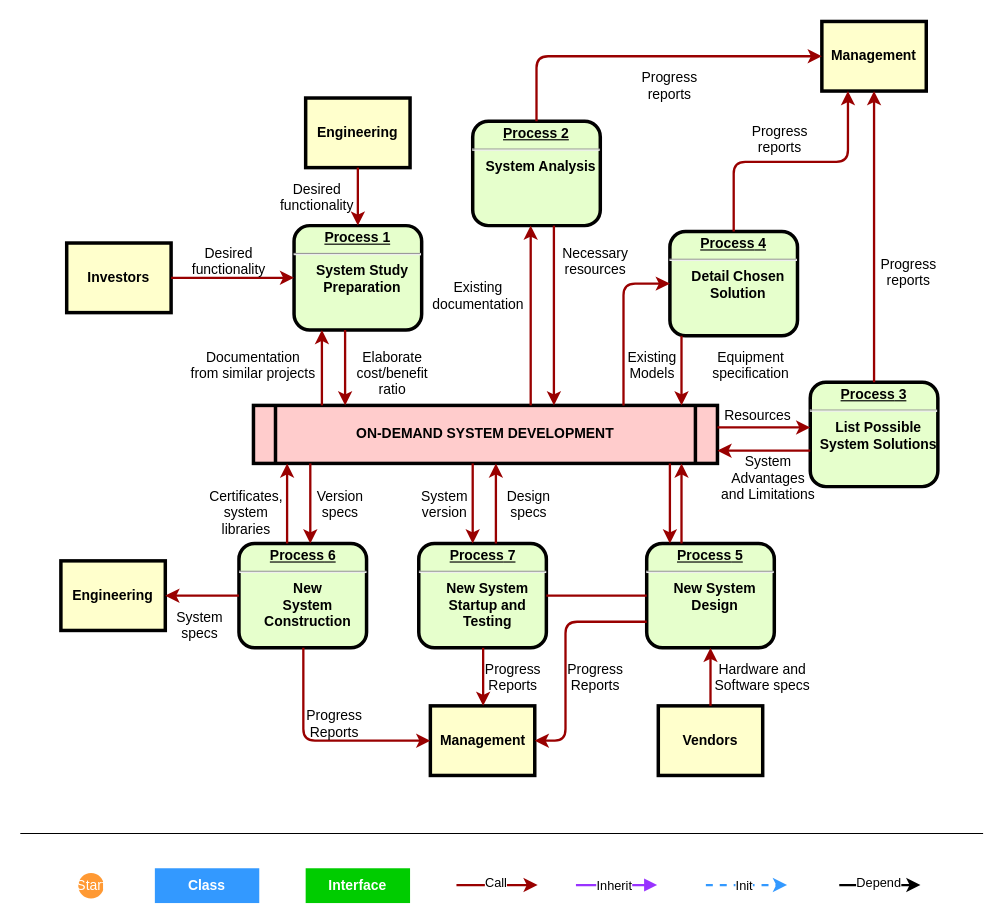
Y-lenny/Activiti keeps this draw.io diagram as reader/Untitled Diagram.drawio. Above is the earlier version. Source tidied: cells renumbered, new cells numbered last; positions are measured from the earlier drawing's top-left corner, leaving out a move shared by most shapes. Both pictures are drawn from the tidied source at 116%, with x=0, y=0 at pixel (20, 21).
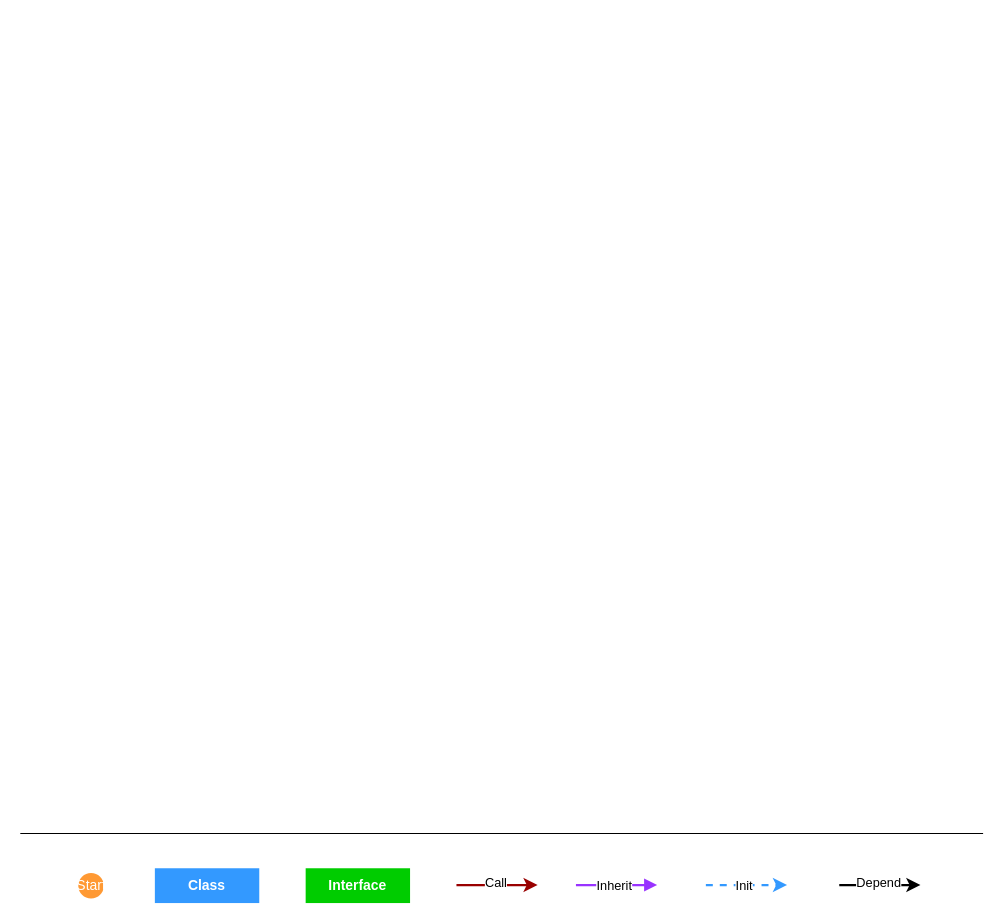
The same diagram, later.

Diff of the diagram source:
```diff
@@
-    <mxCell id="2" value="&lt;p style=&quot;margin: 0px; margin-top: 4px; text-align: center; text-decoration: underline;&quot;&gt;&lt;strong&gt;Process 1&lt;br /&gt;&lt;/strong&gt;&lt;/p&gt;&lt;hr /&gt;&lt;p style=&quot;margin: 0px; margin-left: 8px;&quot;&gt;System Study&lt;/p&gt;&lt;p style=&quot;margin: 0px; margin-left: 8px;&quot;&gt;Preparation&lt;/p&gt;" style="verticalAlign=middle;align=center;overflow=fill;fontSize=12;fontFamily=Helvetica;html=1;rounded=1;fontStyle=1;strokeWidth=3;fillColor=#E6FFCC;" parent="1" vertex="1">
-      <mxGeometry x="236" y="176" width="110" height="90" as="geometry" />
-    </mxCell>
-    <mxCell id="3" value="Engineering" style="whiteSpace=wrap;align=center;verticalAlign=middle;fontStyle=1;strokeWidth=3;fillColor=#FFFFCC;" parent="1" vertex="1">
-      <mxGeometry x="246" y="66" width="90" height="60" as="geometry" />
-    </mxCell>
-    <mxCell id="4" value="Investors" style="whiteSpace=wrap;align=center;verticalAlign=middle;fontStyle=1;strokeWidth=3;fillColor=#FFFFCC;" parent="1" vertex="1">
-      <mxGeometry x="40" y="191" width="90" height="60" as="geometry" />
-    </mxCell>
-    <mxCell id="5" value="ON-DEMAND SYSTEM DEVELOPMENT" style="shape=process;whiteSpace=wrap;align=center;verticalAlign=middle;size=0.0475;fontStyle=1;strokeWidth=3;fillColor=#FFCCCC;" parent="1" vertex="1">
-      <mxGeometry x="201" y="331" width="400" height="50" as="geometry" />
-    </mxCell>
-    <mxCell id="6" value="&lt;p style=&quot;margin: 0px; margin-top: 4px; text-align: center; text-decoration: underline;&quot;&gt;&lt;strong&gt;Process 2&lt;br /&gt;&lt;/strong&gt;&lt;/p&gt;&lt;hr /&gt;&lt;p style=&quot;margin: 0px; margin-left: 8px;&quot;&gt;System Analysis&lt;/p&gt;" style="verticalAlign=middle;align=center;overflow=fill;fontSize=12;fontFamily=Helvetica;html=1;rounded=1;fontStyle=1;strokeWidth=3;fillColor=#E6FFCC;" parent="1" vertex="1">
-      <mxGeometry x="390" y="86" width="110" height="90" as="geometry" />
-    </mxCell>
-    <mxCell id="7" value="&lt;p style=&quot;margin: 0px; margin-top: 4px; text-align: center; text-decoration: underline;&quot;&gt;&lt;strong&gt;&lt;strong&gt;Process&lt;/strong&gt; 3&lt;br /&gt;&lt;/strong&gt;&lt;/p&gt;&lt;hr /&gt;&lt;p style=&quot;margin: 0px; margin-left: 8px;&quot;&gt;List Possible&lt;/p&gt;&lt;p style=&quot;margin: 0px; margin-left: 8px;&quot;&gt;System Solutions&lt;/p&gt;" style="verticalAlign=middle;align=center;overflow=fill;fontSize=12;fontFamily=Helvetica;html=1;rounded=1;fontStyle=1;strokeWidth=3;fillColor=#E6FFCC;" parent="1" vertex="1">
-      <mxGeometry x="681" y="311" width="110" height="90" as="geometry" />
-    </mxCell>
-    <mxCell id="8" value="&lt;p style=&quot;margin: 0px; margin-top: 4px; text-align: center; text-decoration: underline;&quot;&gt;&lt;strong&gt;&lt;strong&gt;Process&lt;/strong&gt; 4&lt;br /&gt;&lt;/strong&gt;&lt;/p&gt;&lt;hr /&gt;&lt;p style=&quot;margin: 0px; margin-left: 8px;&quot;&gt;Detail Chosen&lt;/p&gt;&lt;p style=&quot;margin: 0px; margin-left: 8px;&quot;&gt;Solution&lt;/p&gt;" style="verticalAlign=middle;align=center;overflow=fill;fontSize=12;fontFamily=Helvetica;html=1;rounded=1;fontStyle=1;strokeWidth=3;fillColor=#E6FFCC;" parent="1" vertex="1">
-      <mxGeometry x="560" y="181" width="110" height="90" as="geometry" />
-    </mxCell>
-    <mxCell id="9" value="&lt;p style=&quot;margin: 0px; margin-top: 4px; text-align: center; text-decoration: underline;&quot;&gt;&lt;strong&gt;&lt;strong&gt;Process&lt;/strong&gt; 5&lt;br /&gt;&lt;/strong&gt;&lt;/p&gt;&lt;hr /&gt;&lt;p style=&quot;margin: 0px; margin-left: 8px;&quot;&gt;New System&lt;/p&gt;&lt;p style=&quot;margin: 0px; margin-left: 8px;&quot;&gt;Design&lt;/p&gt;" style="verticalAlign=middle;align=center;overflow=fill;fontSize=12;fontFamily=Helvetica;html=1;rounded=1;fontStyle=1;strokeWidth=3;fillColor=#E6FFCC;" parent="1" vertex="1">
-      <mxGeometry x="540" y="450" width="110" height="90" as="geometry" />
-    </mxCell>
-    <mxCell id="10" value="&lt;p style=&quot;margin: 0px; margin-top: 4px; text-align: center; text-decoration: underline;&quot;&gt;&lt;strong&gt;&lt;strong&gt;Process&lt;/strong&gt; 6&lt;br /&gt;&lt;/strong&gt;&lt;/p&gt;&lt;hr /&gt;&lt;p style=&quot;margin: 0px; margin-left: 8px;&quot;&gt;New&lt;/p&gt;&lt;p style=&quot;margin: 0px; margin-left: 8px;&quot;&gt;System&lt;/p&gt;&lt;p style=&quot;margin: 0px; margin-left: 8px;&quot;&gt;Construction&lt;/p&gt;" style="verticalAlign=middle;align=center;overflow=fill;fontSize=12;fontFamily=Helvetica;html=1;rounded=1;fontStyle=1;strokeWidth=3;fillColor=#E6FFCC;" parent="1" vertex="1">
-      <mxGeometry x="188.5" y="450" width="110" height="90" as="geometry" />
-    </mxCell>
-    <mxCell id="11" value="Management" style="whiteSpace=wrap;align=center;verticalAlign=middle;fontStyle=1;strokeWidth=3;fillColor=#FFFFCC;" parent="1" vertex="1">
-      <mxGeometry x="691" width="90" height="60" as="geometry" />
-    </mxCell>
-    <mxCell id="12" value="Management" style="whiteSpace=wrap;align=center;verticalAlign=middle;fontStyle=1;strokeWidth=3;fillColor=#FFFFCC;" parent="1" vertex="1">
-      <mxGeometry x="353.5" y="590" width="90" height="60" as="geometry" />
-    </mxCell>
-    <mxCell id="13" value="Engineering" style="whiteSpace=wrap;align=center;verticalAlign=middle;fontStyle=1;strokeWidth=3;fillColor=#FFFFCC;" parent="1" vertex="1">
-      <mxGeometry x="35" y="465" width="90" height="60" as="geometry" />
-    </mxCell>
-    <mxCell id="14" value="Vendors" style="whiteSpace=wrap;align=center;verticalAlign=middle;fontStyle=1;strokeWidth=3;fillColor=#FFFFCC;" parent="1" vertex="1">
-      <mxGeometry x="550" y="590" width="90" height="60" as="geometry" />
-    </mxCell>
-    <mxCell id="15" style="edgeStyle=none;noEdgeStyle=1;strokeColor=#990000;strokeWidth=2;" parent="1" edge="1" source="3" target="2">
-      <mxGeometry relative="1" as="geometry" />
-    </mxCell>
-    <mxCell id="16" style="edgeStyle=none;noEdgeStyle=1;strokeColor=#990000;strokeWidth=2;" parent="1" edge="1" source="4" target="2">
-      <mxGeometry relative="1" as="geometry" />
-    </mxCell>
-    <mxCell id="17" value="&lt;p style=&quot;margin: 0px; margin-top: 4px; text-align: center; text-decoration: underline;&quot;&gt;&lt;strong&gt;&lt;strong&gt;Process&lt;/strong&gt; 7&lt;br /&gt;&lt;/strong&gt;&lt;/p&gt;&lt;hr /&gt;&lt;p style=&quot;margin: 0px; margin-left: 8px;&quot;&gt;New System&lt;/p&gt;&lt;p style=&quot;margin: 0px; margin-left: 8px;&quot;&gt;Startup and&lt;/p&gt;&lt;p style=&quot;margin: 0px; margin-left: 8px;&quot;&gt;Testing&lt;/p&gt;" style="verticalAlign=middle;align=center;overflow=fill;fontSize=12;fontFamily=Helvetica;html=1;rounded=1;fontStyle=1;strokeWidth=3;fillColor=#E6FFCC;" parent="1" vertex="1">
-      <mxGeometry x="343.5" y="450" width="110" height="90" as="geometry" />
-    </mxCell>
-    <mxCell id="18" style="endArrow=none;noEdgeStyle=1;strokeColor=#990000;strokeWidth=2;" parent="1" edge="1" source="9" target="17">
-      <mxGeometry relative="1" as="geometry" />
-    </mxCell>
-    <mxCell id="19" value="Desired &#10;functionality" style="text;spacingTop=-5;align=center;" parent="1" vertex="1">
-      <mxGeometry x="165" y="191" width="30" height="20" as="geometry" />
-    </mxCell>
-    <mxCell id="20" value="Desired &#10;functionality" style="text;spacingTop=-5;align=center;" parent="1" vertex="1">
-      <mxGeometry x="241" y="136" width="30" height="20" as="geometry" />
-    </mxCell>
-    <mxCell id="21" value="Documentation&#10;from similar projects" style="text;spacingTop=-5;align=center;" parent="1" vertex="1">
-      <mxGeometry x="186" y="281" width="30" height="20" as="geometry" />
-    </mxCell>
-    <mxCell id="22" style="edgeStyle=elbowEdgeStyle;elbow=horizontal;strokeColor=#990000;strokeWidth=2;" parent="1" edge="1" source="5" target="2">
-      <mxGeometry relative="1" as="geometry">
-        <Array as="points">
-          <mxPoint x="260" y="310" />
-        </Array>
-      </mxGeometry>
-    </mxCell>
-    <mxCell id="23" style="edgeStyle=elbowEdgeStyle;elbow=horizontal;strokeColor=#990000;strokeWidth=2;" parent="1" edge="1" source="2" target="5">
-      <mxGeometry relative="1" as="geometry">
-        <Array as="points">
-          <mxPoint x="280" y="300" />
-        </Array>
-      </mxGeometry>
-    </mxCell>
-    <mxCell id="24" value="Elaborate&#10;cost/benefit&#10;ratio" style="text;spacingTop=-5;align=center;" parent="1" vertex="1">
-      <mxGeometry x="306" y="281" width="30" height="20" as="geometry" />
-    </mxCell>
-    <mxCell id="25" style="edgeStyle=elbowEdgeStyle;elbow=horizontal;strokeColor=#990000;strokeWidth=2;" parent="1" edge="1" source="5" target="6">
-      <mxGeometry relative="1" as="geometry">
-        <Array as="points">
-          <mxPoint x="440" y="250" />
-        </Array>
-      </mxGeometry>
-    </mxCell>
-    <mxCell id="26" style="edgeStyle=elbowEdgeStyle;elbow=horizontal;strokeColor=#990000;strokeWidth=2;" parent="1" edge="1" source="6" target="5">
-      <mxGeometry relative="1" as="geometry">
-        <Array as="points">
-          <mxPoint x="460" y="260" />
-        </Array>
-      </mxGeometry>
-    </mxCell>
-    <mxCell id="27" value="Existing&#10;documentation" style="text;spacingTop=-5;align=center;" parent="1" vertex="1">
-      <mxGeometry x="380" y="221" width="30" height="20" as="geometry" />
-    </mxCell>
-    <mxCell id="28" value="Necessary&#10;resources" style="text;spacingTop=-5;align=center;" parent="1" vertex="1">
-      <mxGeometry x="481" y="191" width="30" height="20" as="geometry" />
-    </mxCell>
-    <mxCell id="29" value="Progress&#10;reports" style="text;spacingTop=-5;align=center;" parent="1" vertex="1">
-      <mxGeometry x="545" y="40" width="30" height="20" as="geometry" />
-    </mxCell>
-    <mxCell id="30" value="Progress&#10;reports" style="text;spacingTop=-5;align=center;" parent="1" vertex="1">
-      <mxGeometry x="640" y="86" width="30" height="20" as="geometry" />
-    </mxCell>
-    <mxCell id="31" value="Progress&#10;reports" style="text;spacingTop=-5;align=center;" parent="1" vertex="1">
-      <mxGeometry x="751" y="201" width="30" height="20" as="geometry" />
-    </mxCell>
-    <mxCell id="32" style="edgeStyle=elbowEdgeStyle;elbow=horizontal;strokeColor=#990000;strokeWidth=2;" parent="1" edge="1" source="6" target="11">
-      <mxGeometry relative="1" as="geometry">
-        <Array as="points">
-          <mxPoint x="445" y="80" />
-        </Array>
-      </mxGeometry>
-    </mxCell>
-    <mxCell id="33" style="edgeStyle=elbowEdgeStyle;elbow=vertical;entryX=0.25;entryY=1;strokeColor=#990000;strokeWidth=2;" parent="1" edge="1" source="8" target="11">
-      <mxGeometry relative="1" as="geometry" />
-    </mxCell>
-    <mxCell id="34" style="edgeStyle=elbowEdgeStyle;elbow=horizontal;strokeColor=#990000;strokeWidth=2;" parent="1" edge="1" source="7" target="11">
-      <mxGeometry relative="1" as="geometry" />
-    </mxCell>
-    <mxCell id="35" style="edgeStyle=elbowEdgeStyle;elbow=horizontal;strokeColor=#990000;strokeWidth=2;" parent="1" edge="1" source="8" target="5">
-      <mxGeometry relative="1" as="geometry">
-        <Array as="points">
-          <mxPoint x="570" y="300" />
-        </Array>
-      </mxGeometry>
-    </mxCell>
-    <mxCell id="36" style="edgeStyle=segmentEdgeStyle;strokeColor=#990000;strokeWidth=2;" parent="1" edge="1" source="5" target="8">
-      <mxGeometry relative="1" as="geometry">
-        <Array as="points">
-          <mxPoint x="520" y="226" />
-        </Array>
-      </mxGeometry>
-    </mxCell>
-    <mxCell id="37" value="Existing&#10;Models" style="text;spacingTop=-5;align=center;" parent="1" vertex="1">
-      <mxGeometry x="530" y="281" width="30" height="20" as="geometry" />
-    </mxCell>
-    <mxCell id="38" value="Equipment&#10;specification" style="text;spacingTop=-5;align=center;" parent="1" vertex="1">
-      <mxGeometry x="615" y="281" width="30" height="20" as="geometry" />
-    </mxCell>
-    <mxCell id="39" style="edgeStyle=elbowEdgeStyle;elbow=vertical;strokeColor=#990000;strokeWidth=2;" parent="1" edge="1" source="5" target="7">
-      <mxGeometry relative="1" as="geometry">
-        <Array as="points">
-          <mxPoint x="650" y="350" />
-        </Array>
-      </mxGeometry>
-    </mxCell>
-    <mxCell id="40" style="edgeStyle=elbowEdgeStyle;elbow=vertical;strokeColor=#990000;strokeWidth=2;" parent="1" edge="1" source="7" target="5">
-      <mxGeometry relative="1" as="geometry">
-        <Array as="points">
-          <mxPoint x="650" y="370" />
-        </Array>
-      </mxGeometry>
-    </mxCell>
-    <mxCell id="41" value="Resources" style="text;spacingTop=-5;align=center;" parent="1" vertex="1">
-      <mxGeometry x="621" y="331" width="30" height="20" as="geometry" />
-    </mxCell>
-    <mxCell id="42" value="System &#10;Advantages &#10;and Limitations" style="text;spacingTop=-5;align=center;" parent="1" vertex="1">
-      <mxGeometry x="630" y="371" width="30" height="20" as="geometry" />
-    </mxCell>
-    <mxCell id="43" style="edgeStyle=elbowEdgeStyle;elbow=horizontal;strokeColor=#990000;strokeWidth=2;" parent="1" edge="1" source="9" target="5">
-      <mxGeometry relative="1" as="geometry">
-        <Array as="points">
-          <mxPoint x="570" y="410" />
-        </Array>
-      </mxGeometry>
-    </mxCell>
-    <mxCell id="44" style="edgeStyle=elbowEdgeStyle;elbow=horizontal;strokeColor=#990000;strokeWidth=2;" parent="1" edge="1" source="5" target="9">
-      <mxGeometry relative="1" as="geometry">
-        <Array as="points">
-          <mxPoint x="560" y="420" />
-        </Array>
-      </mxGeometry>
-    </mxCell>
-    <mxCell id="45" style="edgeStyle=elbowEdgeStyle;elbow=horizontal;strokeColor=#990000;strokeWidth=2;" parent="1" edge="1" source="14" target="9">
-      <mxGeometry relative="1" as="geometry" />
-    </mxCell>
-    <mxCell id="46" value="Hardware and&#10;Software specs" style="text;spacingTop=-5;align=center;" parent="1" vertex="1">
-      <mxGeometry x="625" y="550" width="30" height="20" as="geometry" />
-    </mxCell>
-    <mxCell id="47" style="edgeStyle=elbowEdgeStyle;elbow=horizontal;exitX=0;exitY=0.75;strokeColor=#990000;strokeWidth=2;" parent="1" edge="1" source="9" target="12">
-      <mxGeometry relative="1" as="geometry">
-        <Array as="points">
-          <mxPoint x="470" y="570" />
-        </Array>
-      </mxGeometry>
-    </mxCell>
-    <mxCell id="48" value="Progress&#10;Reports" style="text;spacingTop=-5;align=center;" parent="1" vertex="1">
-      <mxGeometry x="481" y="550" width="30" height="20" as="geometry" />
-    </mxCell>
-    <mxCell id="49" style="edgeStyle=elbowEdgeStyle;elbow=horizontal;strokeColor=#990000;strokeWidth=2;" parent="1" edge="1" source="17" target="12">
-      <mxGeometry relative="1" as="geometry" />
-    </mxCell>
-    <mxCell id="50" value="Progress&#10;Reports" style="text;spacingTop=-5;align=center;" parent="1" vertex="1">
-      <mxGeometry x="410" y="550" width="30" height="20" as="geometry" />
-    </mxCell>
-    <mxCell id="51" style="edgeStyle=elbowEdgeStyle;elbow=horizontal;strokeColor=#990000;strokeWidth=2;" parent="1" edge="1" source="10" target="12">
-      <mxGeometry relative="1" as="geometry">
-        <Array as="points">
-          <mxPoint x="244" y="570" />
-        </Array>
-      </mxGeometry>
-    </mxCell>
-    <mxCell id="52" value="Progress&#10;Reports" style="text;spacingTop=-5;align=center;" parent="1" vertex="1">
-      <mxGeometry x="256" y="590" width="30" height="20" as="geometry" />
-    </mxCell>
-    <mxCell id="53" style="edgeStyle=elbowEdgeStyle;elbow=vertical;strokeColor=#990000;strokeWidth=2;" parent="1" edge="1" source="10" target="13">
-      <mxGeometry relative="1" as="geometry" />
-    </mxCell>
-    <mxCell id="54" style="edgeStyle=elbowEdgeStyle;elbow=horizontal;strokeColor=#990000;strokeWidth=2;" parent="1" edge="1" source="5" target="17">
-      <mxGeometry relative="1" as="geometry">
-        <Array as="points">
-          <mxPoint x="390" y="410" />
-        </Array>
-      </mxGeometry>
-    </mxCell>
-    <mxCell id="55" style="edgeStyle=elbowEdgeStyle;elbow=horizontal;strokeColor=#990000;strokeWidth=2;" parent="1" edge="1" source="17" target="5">
-      <mxGeometry relative="1" as="geometry">
-        <Array as="points">
-          <mxPoint x="410" y="410" />
-        </Array>
-      </mxGeometry>
-    </mxCell>
-    <mxCell id="56" value="Version&#10;specs" style="text;spacingTop=-5;align=center;" parent="1" vertex="1">
-      <mxGeometry x="261" y="401" width="30" height="20" as="geometry" />
-    </mxCell>
-    <mxCell id="57" value="Certificates,&#10;system&#10;libraries" style="text;spacingTop=-5;align=center;" parent="1" vertex="1">
-      <mxGeometry x="180" y="401" width="30" height="20" as="geometry" />
-    </mxCell>
-    <mxCell id="58" style="edgeStyle=elbowEdgeStyle;elbow=horizontal;strokeColor=#990000;strokeWidth=2;" parent="1" edge="1" source="5" target="10">
-      <mxGeometry relative="1" as="geometry">
-        <Array as="points">
-          <mxPoint x="250" y="410" />
-        </Array>
-      </mxGeometry>
-    </mxCell>
-    <mxCell id="59" style="edgeStyle=elbowEdgeStyle;elbow=horizontal;strokeColor=#990000;strokeWidth=2;" parent="1" edge="1" source="10" target="5">
-      <mxGeometry relative="1" as="geometry">
-        <Array as="points">
-          <mxPoint x="230" y="410" />
-        </Array>
-      </mxGeometry>
-    </mxCell>
-    <mxCell id="60" value="System&#10;specs" style="text;spacingTop=-5;align=center;" parent="1" vertex="1">
-      <mxGeometry x="140" y="505" width="30" height="20" as="geometry" />
-    </mxCell>
-    <mxCell id="61" value="Design&#10;specs" style="text;spacingTop=-5;align=center;" parent="1" vertex="1">
-      <mxGeometry x="423.5" y="401" width="30" height="20" as="geometry" />
-    </mxCell>
-    <mxCell id="62" value="System&#10;version" style="text;spacingTop=-5;align=center;" parent="1" vertex="1">
-      <mxGeometry x="351" y="401" width="30" height="20" as="geometry" />
-    </mxCell>
```
